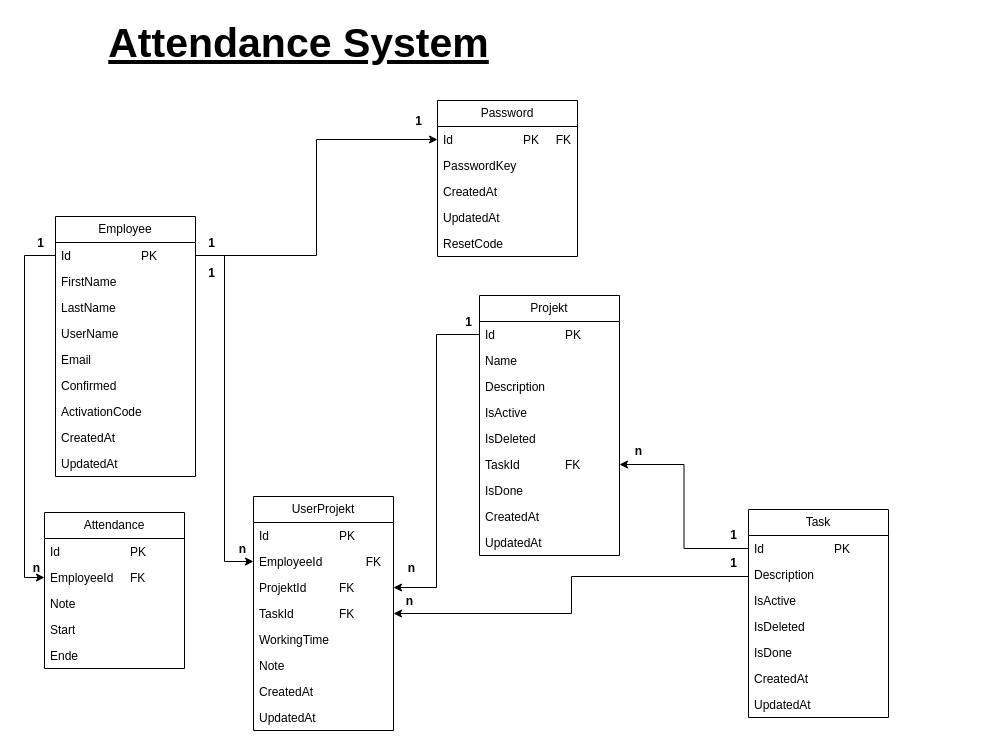
Earlier version of the draw.io diagram ERM.drawio (KNagham/Attendance_system). Source tidied: cells renumbered, new cells numbered last; positions are measured from the earlier drawing's top-left corner, leaving out a move shared by most shapes. Both pictures are drawn from the tidied source at 100%, with x=0, y=0 at pixel (20, 17).
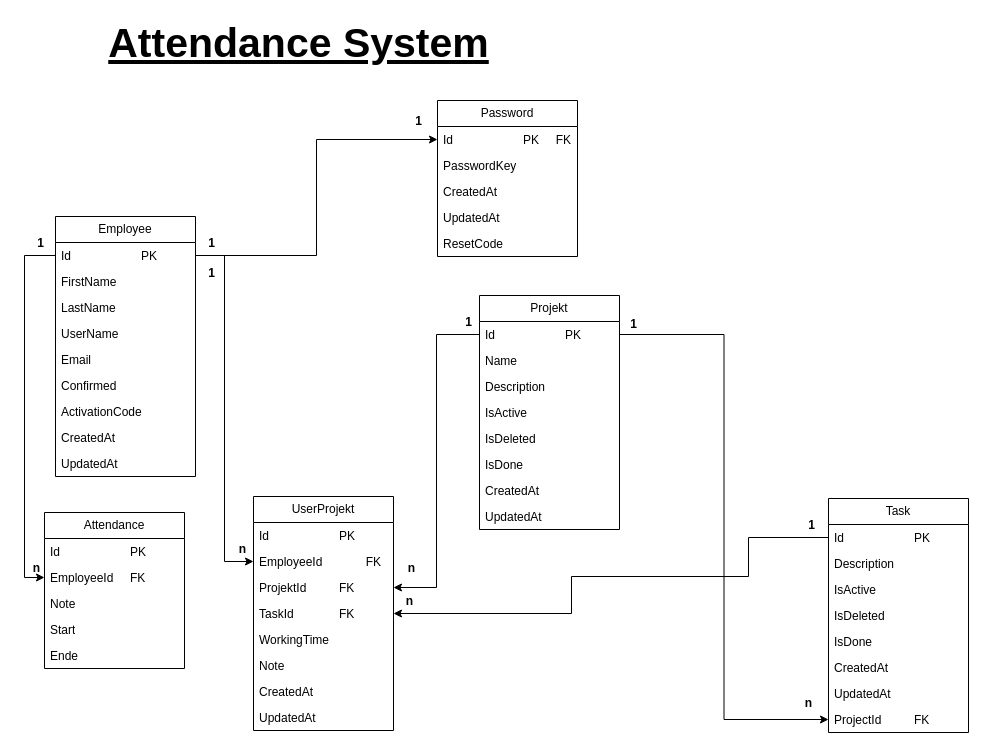
The same page after the edit.

The change refers to these unchanged cells:
```xml
<mxCell id="23" value="Id&lt;span style=&quot;white-space: pre;&quot;&gt;&#9;&lt;/span&gt;&lt;span style=&quot;white-space: pre;&quot;&gt;&#9;&lt;/span&gt;&lt;span style=&quot;white-space: pre;&quot;&gt;&#9;&lt;/span&gt;PK" style="text;strokeColor=none;fillColor=none;align=left;verticalAlign=top;spacingLeft=4;spacingRight=4;overflow=hidden;points=[[0,0.5],[1,0.5]];portConstraint=eastwest;whiteSpace=wrap;html=1;" parent="22" vertex="1">
  <mxGeometry y="26" width="140" height="26" as="geometry" />
</mxCell>
<mxCell id="33" value="Id&lt;span style=&quot;white-space: pre;&quot;&gt;&#9;&lt;/span&gt;&lt;span style=&quot;white-space: pre;&quot;&gt;&#9;&lt;/span&gt;&lt;span style=&quot;white-space: pre;&quot;&gt;&#9;&lt;/span&gt;PK" style="text;strokeColor=none;fillColor=none;align=left;verticalAlign=top;spacingLeft=4;spacingRight=4;overflow=hidden;points=[[0,0.5],[1,0.5]];portConstraint=eastwest;whiteSpace=wrap;html=1;" parent="32" vertex="1">
  <mxGeometry y="26" width="140" height="26" as="geometry" />
</mxCell>
```

The edit, as a diff of the source:
```diff
@@
     <mxCell id="22" value="Projekt" style="swimlane;fontStyle=0;horizontal=1;startSize=26;fillColor=none;whiteSpace=wrap;html=1;" parent="1" vertex="1">
-      <mxGeometry x="459" y="278" width="140" height="260" as="geometry" />
+      <mxGeometry x="459" y="278" width="140" height="234" as="geometry" />
     </mxCell>
@@
-    <mxCell id="28" value="TaskId&lt;span style=&quot;white-space: pre;&quot;&gt;&#9;&lt;/span&gt;&lt;span style=&quot;white-space: pre;&quot;&gt;&#9;&lt;/span&gt;FK" style="text;strokeColor=none;fillColor=none;align=left;verticalAlign=top;spacingLeft=4;spacingRight=4;overflow=hidden;points=[[0,0.5],[1,0.5]];portConstraint=eastwest;whiteSpace=wrap;html=1;" parent="22" vertex="1">
-      <mxGeometry y="156" width="140" height="26" as="geometry" />
-    </mxCell>
     <mxCell id="29" value="IsDone" style="text;strokeColor=none;fillColor=none;align=left;verticalAlign=top;spacingLeft=4;spacingRight=4;overflow=hidden;whiteSpace=wrap;html=1;" parent="22" vertex="1">
-      <mxGeometry y="182" width="140" height="26" as="geometry" />
+      <mxGeometry y="156" width="140" height="26" as="geometry" />
     </mxCell>
     <mxCell id="30" value="CreatedAt" style="text;strokeColor=none;fillColor=none;align=left;verticalAlign=top;spacingLeft=4;spacingRight=4;overflow=hidden;whiteSpace=wrap;html=1;" parent="22" vertex="1">
-      <mxGeometry y="208" width="140" height="26" as="geometry" />
+      <mxGeometry y="182" width="140" height="26" as="geometry" />
     </mxCell>
     <mxCell id="31" value="UpdatedAt" style="text;strokeColor=none;fillColor=none;align=left;verticalAlign=top;spacingLeft=4;spacingRight=4;overflow=hidden;whiteSpace=wrap;html=1;" parent="22" vertex="1">
-      <mxGeometry y="234" width="140" height="26" as="geometry" />
+      <mxGeometry y="208" width="140" height="26" as="geometry" />
     </mxCell>
     <mxCell id="32" value="Task" style="swimlane;fontStyle=0;horizontal=1;startSize=26;fillColor=none;whiteSpace=wrap;html=1;" parent="1" vertex="1">
-      <mxGeometry x="728" y="492" width="140" height="208" as="geometry" />
+      <mxGeometry x="808" y="481" width="140" height="234" as="geometry" />
     </mxCell>
@@
-    <mxCell id="40" style="edgeStyle=orthogonalEdgeStyle;rounded=0;jettySize=auto;html=1;entryX=1;entryY=0.5;entryDx=0;entryDy=0;" parent="1" edge="1" source="33" target="28">
-      <mxGeometry relative="1" as="geometry" />
-    </mxCell>
+    <mxCell id="70" value="ProjectId&lt;span style=&quot;white-space: pre;&quot;&gt;&#9;&lt;/span&gt;&lt;span style=&quot;white-space: pre;&quot;&gt;&#9;&lt;/span&gt;FK" style="text;strokeColor=none;fillColor=none;align=left;verticalAlign=top;spacingLeft=4;spacingRight=4;overflow=hidden;points=[[0,0.5],[1,0.5]];portConstraint=eastwest;whiteSpace=wrap;html=1;" parent="32" vertex="1">
+      <mxGeometry y="208" width="140" height="26" as="geometry" />
+    </mxCell>
     <mxCell id="41" value="1" style="text;align=center;fontStyle=1;verticalAlign=middle;spacingLeft=3;spacingRight=3;strokeColor=none;html=1;" parent="1" vertex="1">
-      <mxGeometry x="697" y="505" width="31" height="26" as="geometry" />
+      <mxGeometry x="597" y="294" width="31" height="26" as="geometry" />
     </mxCell>
-    <mxCell id="42" value="n" style="text;align=center;fontStyle=1;verticalAlign=middle;spacingLeft=3;spacingRight=3;strokeColor=none;html=1;" parent="1" vertex="1">
-      <mxGeometry x="602" y="421" width="31" height="26" as="geometry" />
-    </mxCell>
@@
     <mxCell id="54" value="1" style="text;align=center;fontStyle=1;verticalAlign=middle;spacingLeft=3;spacingRight=3;strokeColor=none;html=1;" parent="1" vertex="1">
-      <mxGeometry x="697" y="533" width="31" height="26" as="geometry" />
+      <mxGeometry x="775" y="495" width="31" height="26" as="geometry" />
     </mxCell>
@@
+    <mxCell id="71" style="edgeStyle=orthogonalEdgeStyle;rounded=0;jettySize=auto;html=1;entryX=0;entryY=0.5;entryDx=0;entryDy=0;" parent="1" edge="1" source="23" target="70">
+      <mxGeometry relative="1" as="geometry" />
+    </mxCell>
+    <mxCell id="42" value="n" style="text;align=center;fontStyle=1;verticalAlign=middle;spacingLeft=3;spacingRight=3;strokeColor=none;html=1;" parent="1" vertex="1">
+      <mxGeometry x="772" y="673" width="31" height="26" as="geometry" />
+    </mxCell>
```
